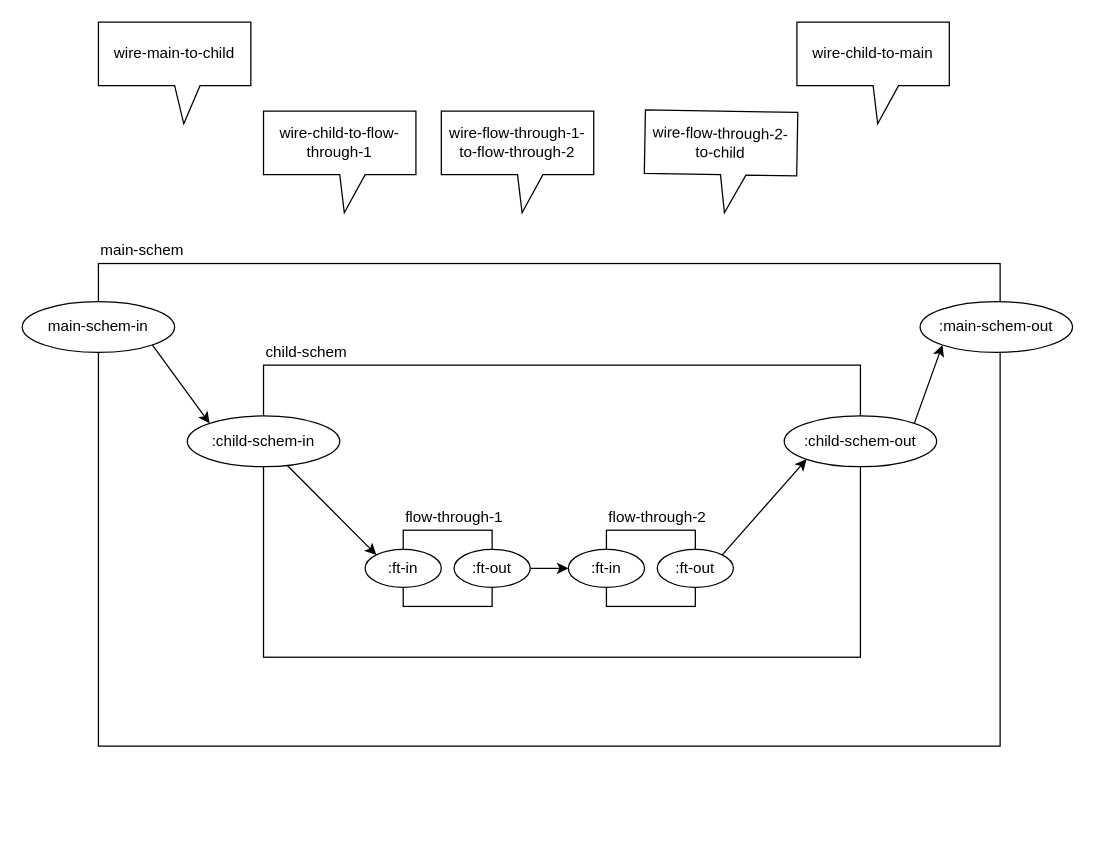
This is page "top level" (1 of 5) of test6.drawio from guitarvydas/temp3, a draw.io file, before an edit. Source tidied: cells renumbered, new cells numbered last; positions are measured from the earlier drawing's top-left corner, leaving out a move shared by most shapes. Both pictures are drawn from the tidied source at 127%, with x=0, y=0 at pixel (22, 22).
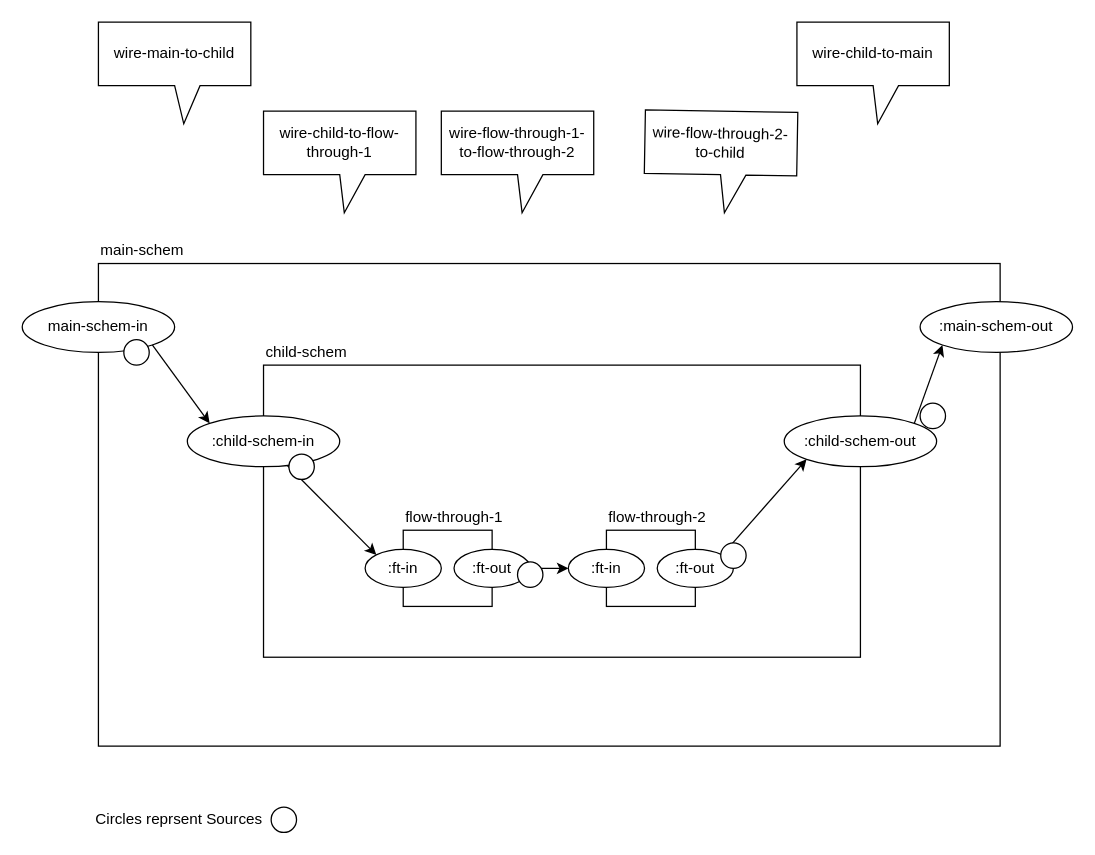
After the change.

Commit message (it also covers changes not shown here):
fixed omission in test6.lisp - need to create 5 sources

What changed in the source:
```diff
@@
+    <mxCell id="28" style="ellipse;whiteSpace=wrap;html=1;" parent="1" vertex="1">
+      <mxGeometry x="80" y="250" width="20" height="20" as="geometry" />
+    </mxCell>
+    <mxCell id="29" style="ellipse;whiteSpace=wrap;html=1;" parent="1" vertex="1">
+      <mxGeometry x="210" y="340" width="20" height="20" as="geometry" />
+    </mxCell>
+    <mxCell id="30" style="ellipse;whiteSpace=wrap;html=1;" parent="1" vertex="1">
+      <mxGeometry x="390" y="425" width="20" height="20" as="geometry" />
+    </mxCell>
+    <mxCell id="31" style="ellipse;whiteSpace=wrap;html=1;" parent="1" vertex="1">
+      <mxGeometry x="550" y="410" width="20" height="20" as="geometry" />
+    </mxCell>
+    <mxCell id="32" style="ellipse;whiteSpace=wrap;html=1;" parent="1" vertex="1">
+      <mxGeometry x="707" y="300" width="20" height="20" as="geometry" />
+    </mxCell>
+    <mxCell id="33" style="ellipse;whiteSpace=wrap;html=1;" parent="1" vertex="1">
+      <mxGeometry x="196" y="618" width="20" height="20" as="geometry" />
+    </mxCell>
+    <mxCell id="34" value="Circles reprsent Sources" style="text;html=1;align=left;verticalAlign=top;spacingTop=-4;" parent="1" vertex="1">
+      <mxGeometry x="56" y="618" width="150" height="20" as="geometry" />
+    </mxCell>
```
